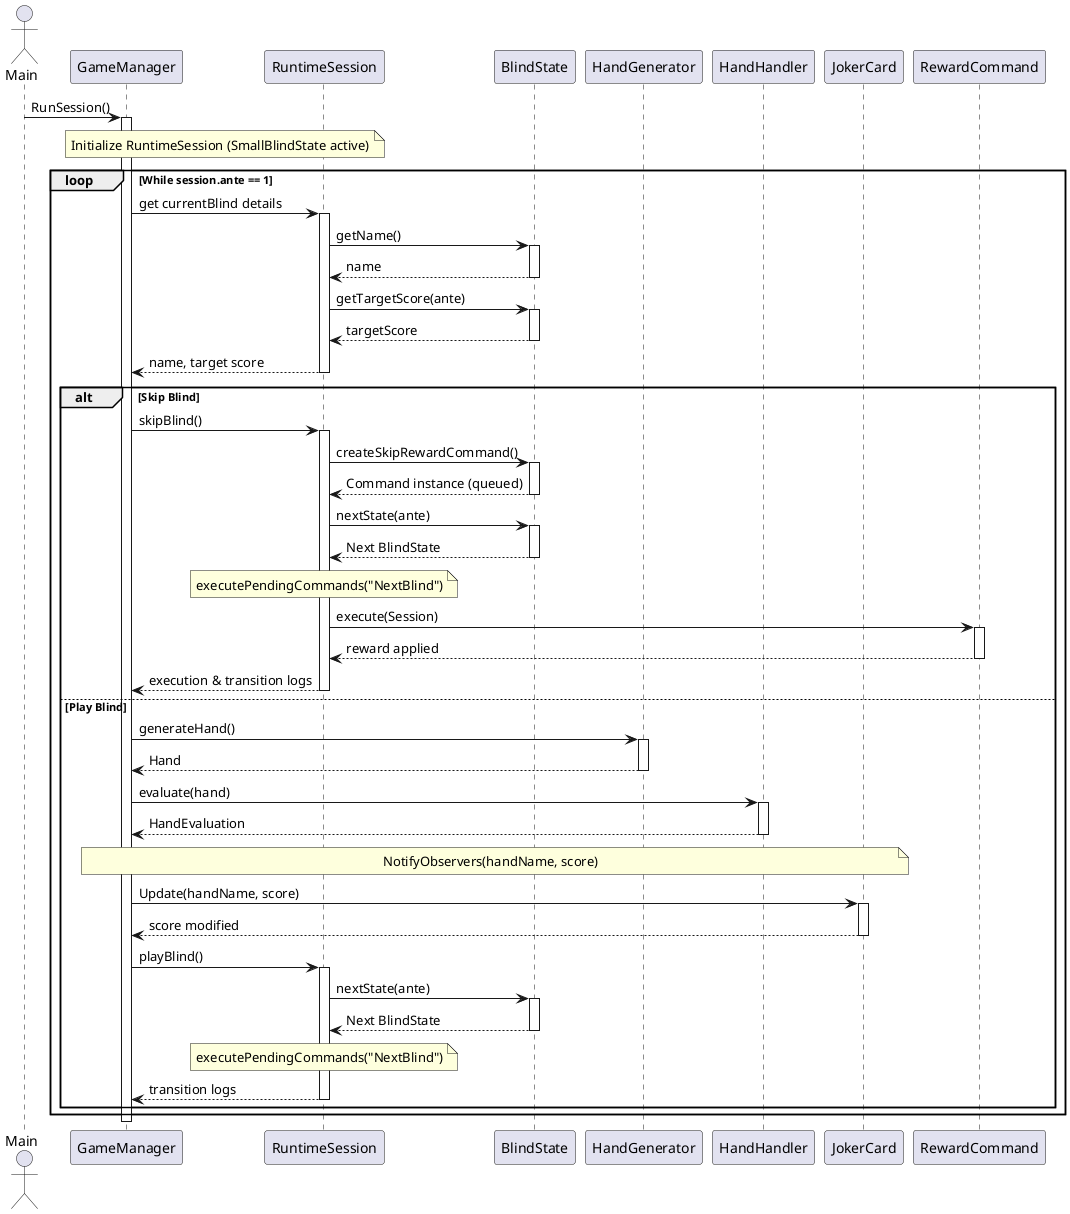
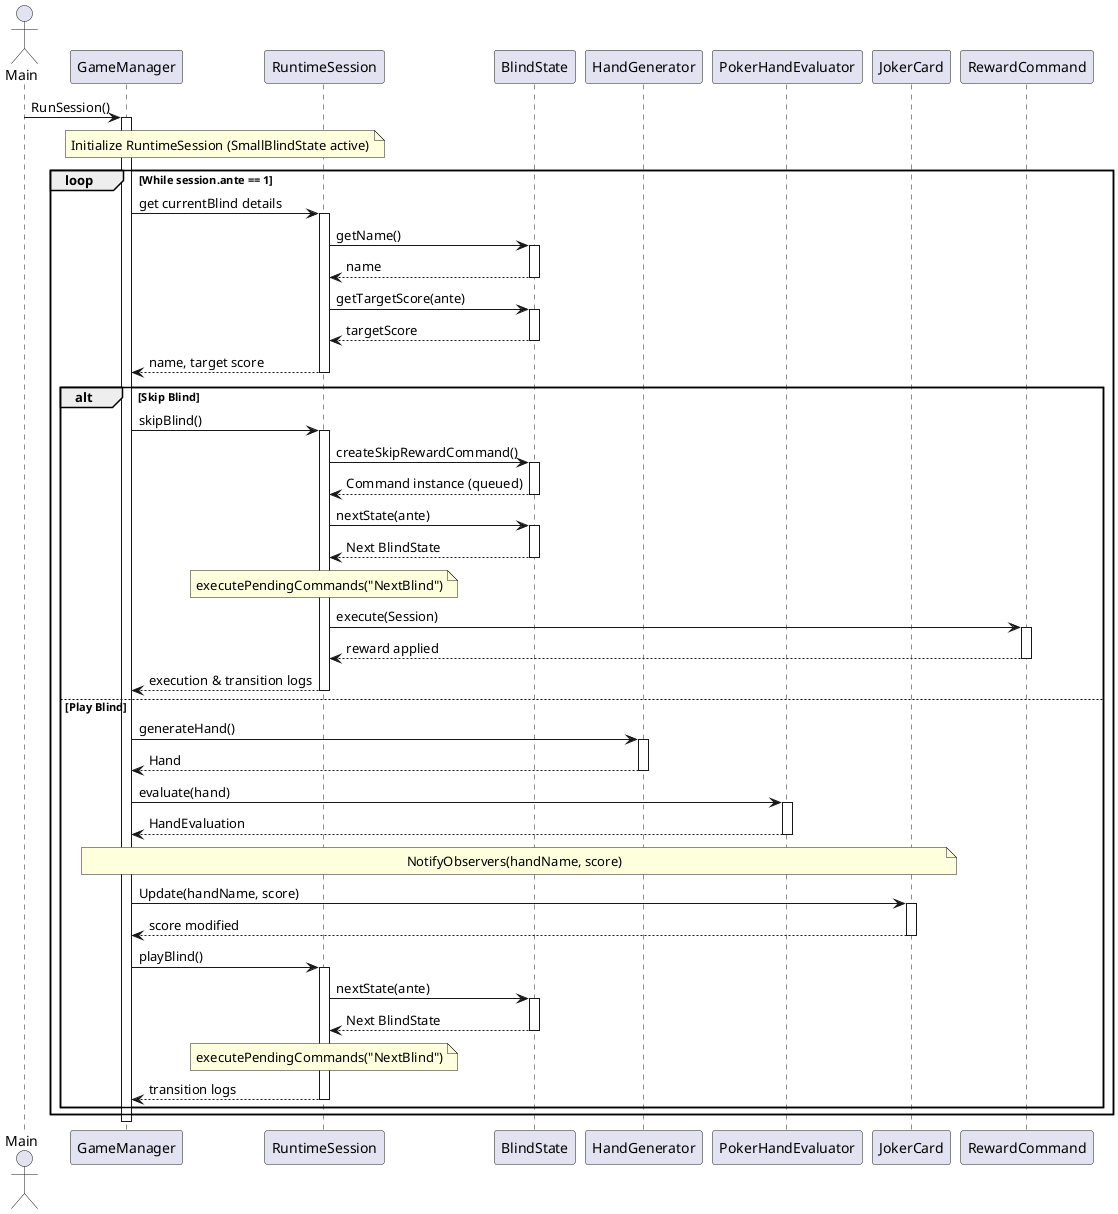
@startuml Poker Hand Evaluator - Sequence Diagram

actor Main
participant "GameManager" as GM
participant "RuntimeSession" as Session
participant "BlindState" as Blind
participant "HandGenerator" as HG
- participant "HandHandler" as HH
+ participant "PokerHandEvaluator" as PHE
participant "JokerCard" as Joker
participant "RewardCommand" as Cmd

Main -> GM: RunSession()
activate GM

Note over GM, Session: Initialize RuntimeSession (SmallBlindState active)

loop While session.ante == 1
    GM -> Session: get currentBlind details
    activate Session
    Session -> Blind: getName()
    activate Blind
    Blind --> Session: name
    deactivate Blind
    Session -> Blind: getTargetScore(ante)
    activate Blind
    Blind --> Session: targetScore
    deactivate Blind
    Session --> GM: name, target score
    deactivate Session

    alt Skip Blind
        GM -> Session: skipBlind()
        activate Session
        Session -> Blind: createSkipRewardCommand()
        activate Blind
        Blind --> Session: Command instance (queued)
        deactivate Blind
        Session -> Blind: nextState(ante)
        activate Blind
        Blind --> Session: Next BlindState
        deactivate Blind
        Note over Session: executePendingCommands("NextBlind")
        Session -> Cmd: execute(Session)
        activate Cmd
        Cmd --> Session: reward applied
        deactivate Cmd
        Session --> GM: execution & transition logs
        deactivate Session
    else Play Blind
        GM -> HG: generateHand()
        activate HG
        HG --> GM: Hand
        deactivate HG

-         GM -> HH: evaluate(hand)
-         activate HH
-         HH --> GM: HandEvaluation
-         deactivate HH
+         GM -> PHE: evaluate(hand)
+         activate PHE
+         PHE --> GM: HandEvaluation
+         deactivate PHE

        Note over GM, Joker: NotifyObservers(handName, score)
        GM -> Joker: Update(handName, score)
        activate Joker
        Joker --> GM: score modified
        deactivate Joker

        GM -> Session: playBlind()
        activate Session
        Session -> Blind: nextState(ante)
        activate Blind
        Blind --> Session: Next BlindState
        deactivate Blind
        Note over Session: executePendingCommands("NextBlind")
        Session --> GM: transition logs
        deactivate Session
    end
end

deactivate GM

@enduml
